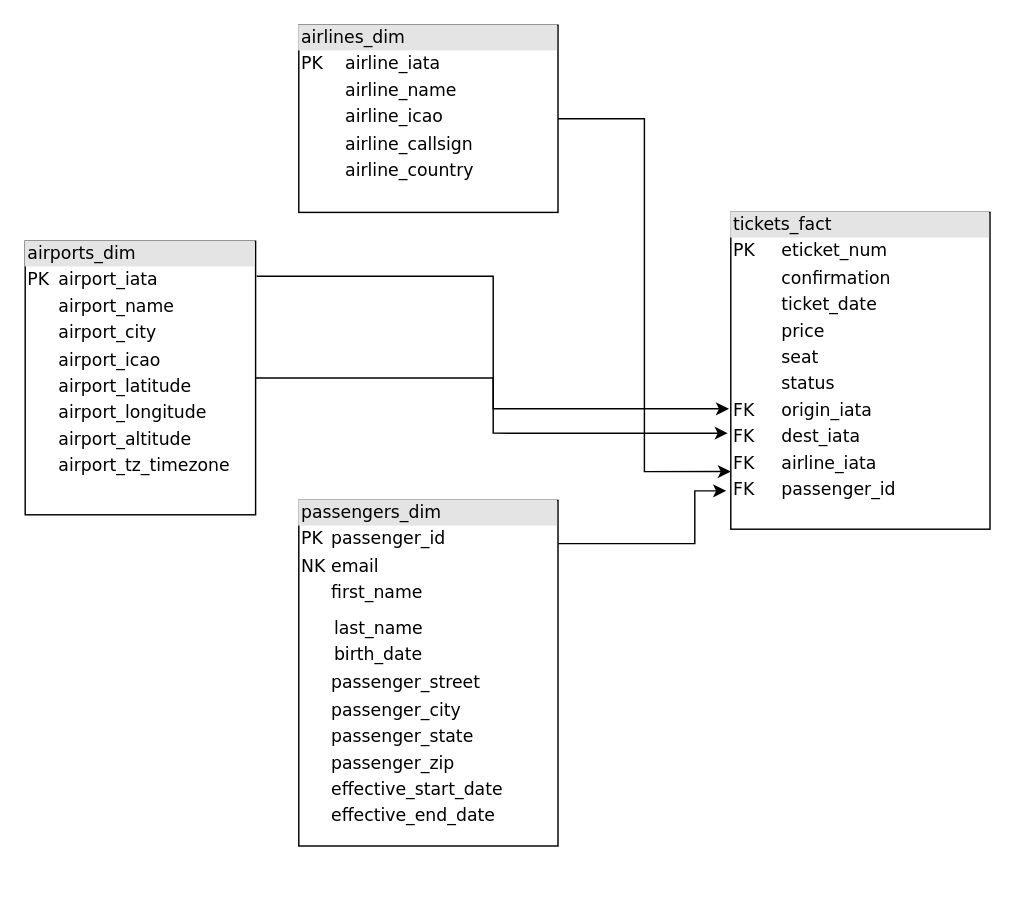
The draw.io diagram data_modeling/air_travel_data_modeling.drawio in rgiosa10/data-modeling-cr, before the edit. Source tidied: cells renumbered, new cells numbered last; positions are measured from the earlier drawing's top-left corner, leaving out a move shared by most shapes. Both pictures are drawn from the tidied source at 144%, with x=0, y=0 at pixel (24, 24).
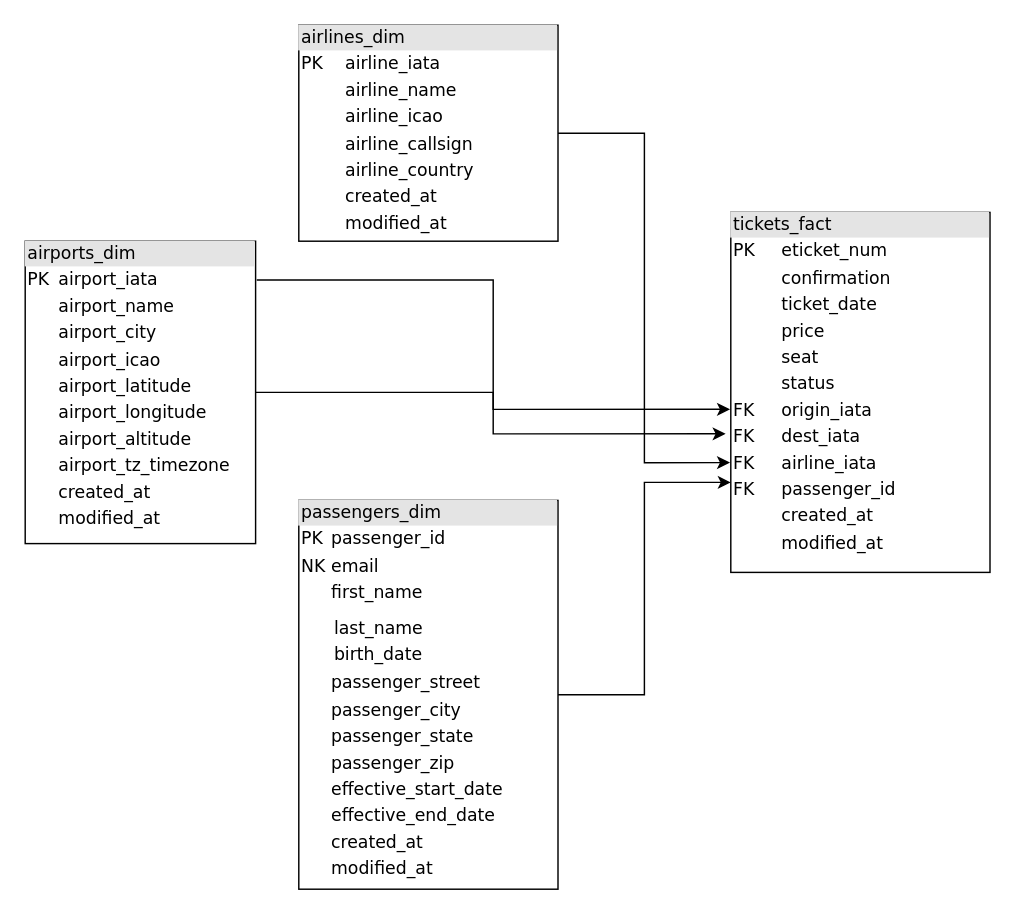
The same page after the edit.

Commit message (it also covers changes not shown here):
add updated data model that has created_at and modified_at

Diff of the diagram source:
```diff
@@
 <mxGraphModel>
   <root>
     <mxCell id="0" />
     <mxCell id="1" parent="0" />
-    <mxCell id="2" style="edgeStyle=orthogonalEdgeStyle;rounded=0;jettySize=auto;html=1;entryX=0;entryY=0.818;entryDx=0;entryDy=0;entryPerimeter=0;" parent="1" edge="1" source="3" target="9">
+    <mxCell id="2" style="edgeStyle=orthogonalEdgeStyle;rounded=0;jettySize=auto;html=1;entryX=-0.003;entryY=0.695;entryDx=0;entryDy=0;entryPerimeter=0;" parent="1" edge="1" source="3" target="9">
       <mxGeometry relative="1" as="geometry" />
     </mxCell>
-    <mxCell id="3" value="&lt;div style=&quot;box-sizing: border-box ; width: 100% ; background: #e4e4e4 ; padding: 2px&quot;&gt;airlines_dim&lt;/div&gt;&lt;table style=&quot;width: 100% ; font-size: 1em&quot; cellpadding=&quot;2&quot; cellspacing=&quot;0&quot;&gt;&lt;tbody&gt;&lt;tr&gt;&lt;td&gt;PK&lt;/td&gt;&lt;td&gt;airline_iata&lt;/td&gt;&lt;/tr&gt;&lt;tr&gt;&lt;td&gt;&lt;br&gt;&lt;/td&gt;&lt;td&gt;airline_name&lt;/td&gt;&lt;/tr&gt;&lt;tr&gt;&lt;td&gt;&lt;/td&gt;&lt;td&gt;airline_icao&lt;/td&gt;&lt;/tr&gt;&lt;tr&gt;&lt;td&gt;&lt;br&gt;&lt;/td&gt;&lt;td&gt;airline_callsign&lt;br&gt;&lt;/td&gt;&lt;/tr&gt;&lt;tr&gt;&lt;td&gt;&lt;br&gt;&lt;/td&gt;&lt;td&gt;airline_country&lt;/td&gt;&lt;/tr&gt;&lt;/tbody&gt;&lt;/table&gt;" style="verticalAlign=top;align=left;overflow=fill;html=1;rounded=0;shadow=0;comic=0;labelBackgroundColor=none;strokeWidth=1;fontFamily=Verdana;fontSize=12;" parent="1" vertex="1">
-      <mxGeometry x="190" width="180" height="130" as="geometry" />
+    <mxCell id="3" value="&lt;div style=&quot;box-sizing: border-box ; width: 100% ; background: #e4e4e4 ; padding: 2px&quot;&gt;airlines_dim&lt;/div&gt;&lt;table style=&quot;width: 100% ; font-size: 1em&quot; cellpadding=&quot;2&quot; cellspacing=&quot;0&quot;&gt;&lt;tbody&gt;&lt;tr&gt;&lt;td&gt;PK&lt;/td&gt;&lt;td&gt;airline_iata&lt;/td&gt;&lt;/tr&gt;&lt;tr&gt;&lt;td&gt;&lt;br&gt;&lt;/td&gt;&lt;td&gt;airline_name&lt;/td&gt;&lt;/tr&gt;&lt;tr&gt;&lt;td&gt;&lt;/td&gt;&lt;td&gt;airline_icao&lt;/td&gt;&lt;/tr&gt;&lt;tr&gt;&lt;td&gt;&lt;br&gt;&lt;/td&gt;&lt;td&gt;airline_callsign&lt;br&gt;&lt;/td&gt;&lt;/tr&gt;&lt;tr&gt;&lt;td&gt;&lt;br&gt;&lt;/td&gt;&lt;td&gt;airline_country&lt;/td&gt;&lt;/tr&gt;&lt;tr&gt;&lt;td&gt;&lt;br&gt;&lt;/td&gt;&lt;td&gt;created_at&lt;/td&gt;&lt;/tr&gt;&lt;tr&gt;&lt;td&gt;&lt;br&gt;&lt;/td&gt;&lt;td&gt;modified_at&lt;/td&gt;&lt;/tr&gt;&lt;/tbody&gt;&lt;/table&gt;" style="verticalAlign=top;align=left;overflow=fill;html=1;rounded=0;shadow=0;comic=0;labelBackgroundColor=none;strokeWidth=1;fontFamily=Verdana;fontSize=12;" parent="1" vertex="1">
+      <mxGeometry x="190" width="180" height="150" as="geometry" />
     </mxCell>
-    <mxCell id="4" style="edgeStyle=orthogonalEdgeStyle;rounded=0;jettySize=auto;html=1;entryX=-0.007;entryY=0.62;entryDx=0;entryDy=0;entryPerimeter=0;exitX=1.005;exitY=0.128;exitDx=0;exitDy=0;exitPerimeter=0;" parent="1" edge="1" source="6" target="9">
+    <mxCell id="4" style="edgeStyle=orthogonalEdgeStyle;rounded=0;jettySize=auto;html=1;entryX=-0.003;entryY=0.547;entryDx=0;entryDy=0;entryPerimeter=0;exitX=1.005;exitY=0.128;exitDx=0;exitDy=0;exitPerimeter=0;" parent="1" edge="1" source="6" target="9">
       <mxGeometry relative="1" as="geometry" />
     </mxCell>
-    <mxCell id="5" style="edgeStyle=orthogonalEdgeStyle;rounded=0;jettySize=auto;html=1;entryX=-0.012;entryY=0.697;entryDx=0;entryDy=0;entryPerimeter=0;" parent="1" edge="1" source="6" target="9">
+    <mxCell id="5" style="edgeStyle=orthogonalEdgeStyle;rounded=0;jettySize=auto;html=1;entryX=-0.02;entryY=0.615;entryDx=0;entryDy=0;entryPerimeter=0;" parent="1" edge="1" source="6" target="9">
       <mxGeometry relative="1" as="geometry" />
     </mxCell>
-    <mxCell id="6" value="&lt;div style=&quot;box-sizing: border-box ; width: 100% ; background: #e4e4e4 ; padding: 2px&quot;&gt;airports_dim&lt;/div&gt;&lt;table style=&quot;width: 100% ; font-size: 1em&quot; cellpadding=&quot;2&quot; cellspacing=&quot;0&quot;&gt;&lt;tbody&gt;&lt;tr&gt;&lt;td&gt;PK&lt;/td&gt;&lt;td&gt;airport_iata&lt;/td&gt;&lt;/tr&gt;&lt;tr&gt;&lt;td&gt;&lt;/td&gt;&lt;td&gt;airport_name&lt;/td&gt;&lt;/tr&gt;&lt;tr&gt;&lt;td&gt;&lt;/td&gt;&lt;td&gt;airport_city&lt;/td&gt;&lt;/tr&gt;&lt;tr&gt;&lt;td&gt;&lt;br&gt;&lt;/td&gt;&lt;td&gt;airport_icao&lt;br&gt;&lt;/td&gt;&lt;/tr&gt;&lt;tr&gt;&lt;td&gt;&lt;br&gt;&lt;/td&gt;&lt;td&gt;airport_latitude&lt;br&gt;&lt;/td&gt;&lt;/tr&gt;&lt;tr&gt;&lt;td&gt;&lt;br&gt;&lt;/td&gt;&lt;td&gt;airport_longitude&lt;/td&gt;&lt;/tr&gt;&lt;tr&gt;&lt;td&gt;&lt;br&gt;&lt;/td&gt;&lt;td&gt;airport_altitude&lt;br&gt;&lt;/td&gt;&lt;/tr&gt;&lt;tr&gt;&lt;td&gt;&lt;br&gt;&lt;/td&gt;&lt;td&gt;airport_tz_timezone&lt;/td&gt;&lt;/tr&gt;&lt;/tbody&gt;&lt;/table&gt;" style="verticalAlign=top;align=left;overflow=fill;html=1;rounded=0;shadow=0;comic=0;labelBackgroundColor=none;strokeWidth=1;fontFamily=Verdana;fontSize=12;" parent="1" vertex="1">
-      <mxGeometry y="150" width="160" height="190" as="geometry" />
+    <mxCell id="6" value="&lt;div style=&quot;box-sizing: border-box ; width: 100% ; background: #e4e4e4 ; padding: 2px&quot;&gt;airports_dim&lt;/div&gt;&lt;table style=&quot;width: 100% ; font-size: 1em&quot; cellpadding=&quot;2&quot; cellspacing=&quot;0&quot;&gt;&lt;tbody&gt;&lt;tr&gt;&lt;td&gt;PK&lt;/td&gt;&lt;td&gt;airport_iata&lt;/td&gt;&lt;/tr&gt;&lt;tr&gt;&lt;td&gt;&lt;/td&gt;&lt;td&gt;airport_name&lt;/td&gt;&lt;/tr&gt;&lt;tr&gt;&lt;td&gt;&lt;/td&gt;&lt;td&gt;airport_city&lt;/td&gt;&lt;/tr&gt;&lt;tr&gt;&lt;td&gt;&lt;br&gt;&lt;/td&gt;&lt;td&gt;airport_icao&lt;br&gt;&lt;/td&gt;&lt;/tr&gt;&lt;tr&gt;&lt;td&gt;&lt;br&gt;&lt;/td&gt;&lt;td&gt;airport_latitude&lt;br&gt;&lt;/td&gt;&lt;/tr&gt;&lt;tr&gt;&lt;td&gt;&lt;br&gt;&lt;/td&gt;&lt;td&gt;airport_longitude&lt;/td&gt;&lt;/tr&gt;&lt;tr&gt;&lt;td&gt;&lt;br&gt;&lt;/td&gt;&lt;td&gt;airport_altitude&lt;br&gt;&lt;/td&gt;&lt;/tr&gt;&lt;tr&gt;&lt;td&gt;&lt;br&gt;&lt;/td&gt;&lt;td&gt;airport_tz_timezone&lt;/td&gt;&lt;/tr&gt;&lt;tr&gt;&lt;td&gt;&lt;br&gt;&lt;/td&gt;&lt;td&gt;created_at&lt;/td&gt;&lt;/tr&gt;&lt;tr&gt;&lt;td&gt;&lt;br&gt;&lt;/td&gt;&lt;td&gt;modified_at&lt;/td&gt;&lt;/tr&gt;&lt;/tbody&gt;&lt;/table&gt;" style="verticalAlign=top;align=left;overflow=fill;html=1;rounded=0;shadow=0;comic=0;labelBackgroundColor=none;strokeWidth=1;fontFamily=Verdana;fontSize=12;" parent="1" vertex="1">
+      <mxGeometry y="150" width="160" height="210" as="geometry" />
     </mxCell>
-    <mxCell id="7" style="edgeStyle=orthogonalEdgeStyle;rounded=0;jettySize=auto;html=1;entryX=-0.018;entryY=0.879;entryDx=0;entryDy=0;entryPerimeter=0;" parent="1" edge="1" source="8" target="9">
-      <mxGeometry relative="1" as="geometry">
-        <Array as="points">
-          <mxPoint x="465" y="360" />
-          <mxPoint x="465" y="323" />
-        </Array>
-      </mxGeometry>
+    <mxCell id="7" style="edgeStyle=orthogonalEdgeStyle;rounded=0;jettySize=auto;html=1;entryX=0;entryY=0.75;entryDx=0;entryDy=0;" parent="1" edge="1" source="8" target="9">
+      <mxGeometry relative="1" as="geometry" />
     </mxCell>
-    <mxCell id="8" value="&lt;div style=&quot;box-sizing: border-box ; width: 100% ; background: #e4e4e4 ; padding: 2px&quot;&gt;passengers_dim&lt;/div&gt;&lt;table style=&quot;width: 100% ; font-size: 1em&quot; cellpadding=&quot;2&quot; cellspacing=&quot;0&quot;&gt;&lt;tbody&gt;&lt;tr&gt;&lt;td&gt;PK&lt;/td&gt;&lt;td&gt;passenger_id&lt;/td&gt;&lt;/tr&gt;&lt;tr&gt;&lt;td&gt;NK&lt;/td&gt;&lt;td&gt;email&lt;/td&gt;&lt;/tr&gt;&lt;tr&gt;&lt;td&gt;&lt;/td&gt;&lt;td&gt;first_name&lt;/td&gt;&lt;/tr&gt;&lt;tr&gt;&lt;td&gt;&lt;br&gt;&lt;/td&gt;&lt;td&gt;&lt;table style=&quot;border-color: var(--border-color); font-size: 1em; width: 180px;&quot; cellpadding=&quot;2&quot; cellspacing=&quot;0&quot;&gt;&lt;tbody style=&quot;border-color: var(--border-color);&quot;&gt;&lt;tr style=&quot;border-color: var(--border-color);&quot;&gt;&lt;td style=&quot;border-color: var(--border-color);&quot;&gt;&lt;/td&gt;&lt;/tr&gt;&lt;tr style=&quot;border-color: var(--border-color);&quot;&gt;&lt;td style=&quot;border-color: var(--border-color);&quot;&gt;last_name&lt;/td&gt;&lt;/tr&gt;&lt;tr style=&quot;border-color: var(--border-color);&quot;&gt;&lt;td style=&quot;border-color: var(--border-color);&quot;&gt;birth_date&lt;/td&gt;&lt;/tr&gt;&lt;/tbody&gt;&lt;/table&gt;&lt;/td&gt;&lt;/tr&gt;&lt;tr&gt;&lt;td&gt;&lt;br&gt;&lt;/td&gt;&lt;td&gt;passenger_street&lt;br&gt;&lt;/td&gt;&lt;/tr&gt;&lt;tr&gt;&lt;td&gt;&lt;br&gt;&lt;/td&gt;&lt;td&gt;passenger_city&lt;br&gt;&lt;/td&gt;&lt;/tr&gt;&lt;tr&gt;&lt;td&gt;&lt;br&gt;&lt;/td&gt;&lt;td&gt;passenger_state&lt;/td&gt;&lt;/tr&gt;&lt;tr&gt;&lt;td&gt;&lt;br&gt;&lt;/td&gt;&lt;td&gt;passenger_zip&lt;/td&gt;&lt;/tr&gt;&lt;tr&gt;&lt;td&gt;&lt;br&gt;&lt;/td&gt;&lt;td&gt;effective_start_date&lt;/td&gt;&lt;/tr&gt;&lt;tr&gt;&lt;td&gt;&lt;br&gt;&lt;/td&gt;&lt;td&gt;effective_end_date&lt;/td&gt;&lt;/tr&gt;&lt;/tbody&gt;&lt;/table&gt;" style="verticalAlign=top;align=left;overflow=fill;html=1;rounded=0;shadow=0;comic=0;labelBackgroundColor=none;strokeWidth=1;fontFamily=Verdana;fontSize=12;" parent="1" vertex="1">
-      <mxGeometry x="190" y="330" width="180" height="240" as="geometry" />
+    <mxCell id="8" value="&lt;div style=&quot;box-sizing: border-box ; width: 100% ; background: #e4e4e4 ; padding: 2px&quot;&gt;passengers_dim&lt;/div&gt;&lt;table style=&quot;width: 100% ; font-size: 1em&quot; cellpadding=&quot;2&quot; cellspacing=&quot;0&quot;&gt;&lt;tbody&gt;&lt;tr&gt;&lt;td&gt;PK&lt;/td&gt;&lt;td&gt;passenger_id&lt;/td&gt;&lt;/tr&gt;&lt;tr&gt;&lt;td&gt;NK&lt;/td&gt;&lt;td&gt;email&lt;/td&gt;&lt;/tr&gt;&lt;tr&gt;&lt;td&gt;&lt;/td&gt;&lt;td&gt;first_name&lt;/td&gt;&lt;/tr&gt;&lt;tr&gt;&lt;td&gt;&lt;br&gt;&lt;/td&gt;&lt;td&gt;&lt;table style=&quot;border-color: var(--border-color); font-size: 1em; width: 180px;&quot; cellpadding=&quot;2&quot; cellspacing=&quot;0&quot;&gt;&lt;tbody style=&quot;border-color: var(--border-color);&quot;&gt;&lt;tr style=&quot;border-color: var(--border-color);&quot;&gt;&lt;td style=&quot;border-color: var(--border-color);&quot;&gt;&lt;/td&gt;&lt;/tr&gt;&lt;tr style=&quot;border-color: var(--border-color);&quot;&gt;&lt;td style=&quot;border-color: var(--border-color);&quot;&gt;last_name&lt;/td&gt;&lt;/tr&gt;&lt;tr style=&quot;border-color: var(--border-color);&quot;&gt;&lt;td style=&quot;border-color: var(--border-color);&quot;&gt;birth_date&lt;/td&gt;&lt;/tr&gt;&lt;/tbody&gt;&lt;/table&gt;&lt;/td&gt;&lt;/tr&gt;&lt;tr&gt;&lt;td&gt;&lt;br&gt;&lt;/td&gt;&lt;td&gt;passenger_street&lt;br&gt;&lt;/td&gt;&lt;/tr&gt;&lt;tr&gt;&lt;td&gt;&lt;br&gt;&lt;/td&gt;&lt;td&gt;passenger_city&lt;br&gt;&lt;/td&gt;&lt;/tr&gt;&lt;tr&gt;&lt;td&gt;&lt;br&gt;&lt;/td&gt;&lt;td&gt;passenger_state&lt;/td&gt;&lt;/tr&gt;&lt;tr&gt;&lt;td&gt;&lt;br&gt;&lt;/td&gt;&lt;td&gt;passenger_zip&lt;/td&gt;&lt;/tr&gt;&lt;tr&gt;&lt;td&gt;&lt;br&gt;&lt;/td&gt;&lt;td&gt;effective_start_date&lt;/td&gt;&lt;/tr&gt;&lt;tr&gt;&lt;td&gt;&lt;br&gt;&lt;/td&gt;&lt;td&gt;effective_end_date&lt;/td&gt;&lt;/tr&gt;&lt;tr&gt;&lt;td&gt;&lt;br&gt;&lt;/td&gt;&lt;td&gt;created_at&lt;/td&gt;&lt;/tr&gt;&lt;tr&gt;&lt;td&gt;&lt;br&gt;&lt;/td&gt;&lt;td&gt;modified_at&lt;/td&gt;&lt;/tr&gt;&lt;/tbody&gt;&lt;/table&gt;" style="verticalAlign=top;align=left;overflow=fill;html=1;rounded=0;shadow=0;comic=0;labelBackgroundColor=none;strokeWidth=1;fontFamily=Verdana;fontSize=12;" parent="1" vertex="1">
+      <mxGeometry x="190" y="330" width="180" height="270" as="geometry" />
     </mxCell>
-    <mxCell id="9" value="&lt;div style=&quot;box-sizing: border-box ; width: 100% ; background: #e4e4e4 ; padding: 2px&quot;&gt;tickets_fact&lt;/div&gt;&lt;table style=&quot;width: 100% ; font-size: 1em&quot; cellpadding=&quot;2&quot; cellspacing=&quot;0&quot;&gt;&lt;tbody&gt;&lt;tr&gt;&lt;td&gt;PK&lt;/td&gt;&lt;td&gt;eticket_num&lt;/td&gt;&lt;/tr&gt;&lt;tr&gt;&lt;td&gt;&lt;br&gt;&lt;/td&gt;&lt;td&gt;confirmation&lt;/td&gt;&lt;/tr&gt;&lt;tr&gt;&lt;td&gt;&lt;/td&gt;&lt;td&gt;ticket_date&lt;/td&gt;&lt;/tr&gt;&lt;tr&gt;&lt;td&gt;&lt;br&gt;&lt;/td&gt;&lt;td&gt;price&lt;br&gt;&lt;/td&gt;&lt;/tr&gt;&lt;tr&gt;&lt;td&gt;&lt;br&gt;&lt;/td&gt;&lt;td&gt;seat&lt;/td&gt;&lt;/tr&gt;&lt;tr&gt;&lt;td&gt;&lt;br&gt;&lt;/td&gt;&lt;td&gt;status&lt;/td&gt;&lt;/tr&gt;&lt;tr&gt;&lt;td&gt;FK&lt;/td&gt;&lt;td&gt;origin_iata&lt;/td&gt;&lt;/tr&gt;&lt;tr&gt;&lt;td&gt;FK&lt;/td&gt;&lt;td&gt;dest_iata&lt;/td&gt;&lt;/tr&gt;&lt;tr&gt;&lt;td&gt;FK&lt;/td&gt;&lt;td&gt;airline_iata&lt;/td&gt;&lt;/tr&gt;&lt;tr&gt;&lt;td&gt;FK&lt;/td&gt;&lt;td&gt;passenger_id&lt;/td&gt;&lt;/tr&gt;&lt;tr&gt;&lt;td&gt;&lt;br&gt;&lt;/td&gt;&lt;td&gt;&lt;br&gt;&lt;/td&gt;&lt;/tr&gt;&lt;tr&gt;&lt;td&gt;&lt;br&gt;&lt;/td&gt;&lt;td&gt;&lt;br&gt;&lt;/td&gt;&lt;/tr&gt;&lt;tr&gt;&lt;td&gt;&lt;br&gt;&lt;/td&gt;&lt;td&gt;&lt;br&gt;&lt;/td&gt;&lt;/tr&gt;&lt;tr&gt;&lt;td&gt;&lt;br&gt;&lt;/td&gt;&lt;td&gt;&lt;br&gt;&lt;/td&gt;&lt;/tr&gt;&lt;/tbody&gt;&lt;/table&gt;" style="verticalAlign=top;align=left;overflow=fill;html=1;rounded=0;shadow=0;comic=0;labelBackgroundColor=none;strokeWidth=1;fontFamily=Verdana;fontSize=12;" parent="1" vertex="1">
-      <mxGeometry x="490" y="130" width="180" height="220" as="geometry" />
+    <mxCell id="9" value="&lt;div style=&quot;box-sizing: border-box ; width: 100% ; background: #e4e4e4 ; padding: 2px&quot;&gt;tickets_fact&lt;/div&gt;&lt;table style=&quot;width: 100% ; font-size: 1em&quot; cellpadding=&quot;2&quot; cellspacing=&quot;0&quot;&gt;&lt;tbody&gt;&lt;tr&gt;&lt;td&gt;PK&lt;/td&gt;&lt;td&gt;eticket_num&lt;/td&gt;&lt;/tr&gt;&lt;tr&gt;&lt;td&gt;&lt;br&gt;&lt;/td&gt;&lt;td&gt;confirmation&lt;/td&gt;&lt;/tr&gt;&lt;tr&gt;&lt;td&gt;&lt;/td&gt;&lt;td&gt;ticket_date&lt;/td&gt;&lt;/tr&gt;&lt;tr&gt;&lt;td&gt;&lt;br&gt;&lt;/td&gt;&lt;td&gt;price&lt;br&gt;&lt;/td&gt;&lt;/tr&gt;&lt;tr&gt;&lt;td&gt;&lt;br&gt;&lt;/td&gt;&lt;td&gt;seat&lt;/td&gt;&lt;/tr&gt;&lt;tr&gt;&lt;td&gt;&lt;br&gt;&lt;/td&gt;&lt;td&gt;status&lt;/td&gt;&lt;/tr&gt;&lt;tr&gt;&lt;td&gt;FK&lt;/td&gt;&lt;td&gt;origin_iata&lt;/td&gt;&lt;/tr&gt;&lt;tr&gt;&lt;td&gt;FK&lt;/td&gt;&lt;td&gt;dest_iata&lt;/td&gt;&lt;/tr&gt;&lt;tr&gt;&lt;td&gt;FK&lt;/td&gt;&lt;td&gt;airline_iata&lt;/td&gt;&lt;/tr&gt;&lt;tr&gt;&lt;td&gt;FK&lt;/td&gt;&lt;td&gt;passenger_id&lt;/td&gt;&lt;/tr&gt;&lt;tr&gt;&lt;td&gt;&lt;br&gt;&lt;/td&gt;&lt;td&gt;created_at&lt;/td&gt;&lt;/tr&gt;&lt;tr&gt;&lt;td&gt;&lt;br&gt;&lt;/td&gt;&lt;td&gt;modified_at&lt;/td&gt;&lt;/tr&gt;&lt;tr&gt;&lt;td&gt;&lt;br&gt;&lt;/td&gt;&lt;td&gt;&lt;br&gt;&lt;/td&gt;&lt;/tr&gt;&lt;tr&gt;&lt;td&gt;&lt;br&gt;&lt;/td&gt;&lt;td&gt;&lt;br&gt;&lt;/td&gt;&lt;/tr&gt;&lt;/tbody&gt;&lt;/table&gt;" style="verticalAlign=top;align=left;overflow=fill;html=1;rounded=0;shadow=0;comic=0;labelBackgroundColor=none;strokeWidth=1;fontFamily=Verdana;fontSize=12;" parent="1" vertex="1">
+      <mxGeometry x="490" y="130" width="180" height="250" as="geometry" />
     </mxCell>
   </root>
 </mxGraphModel>
```
